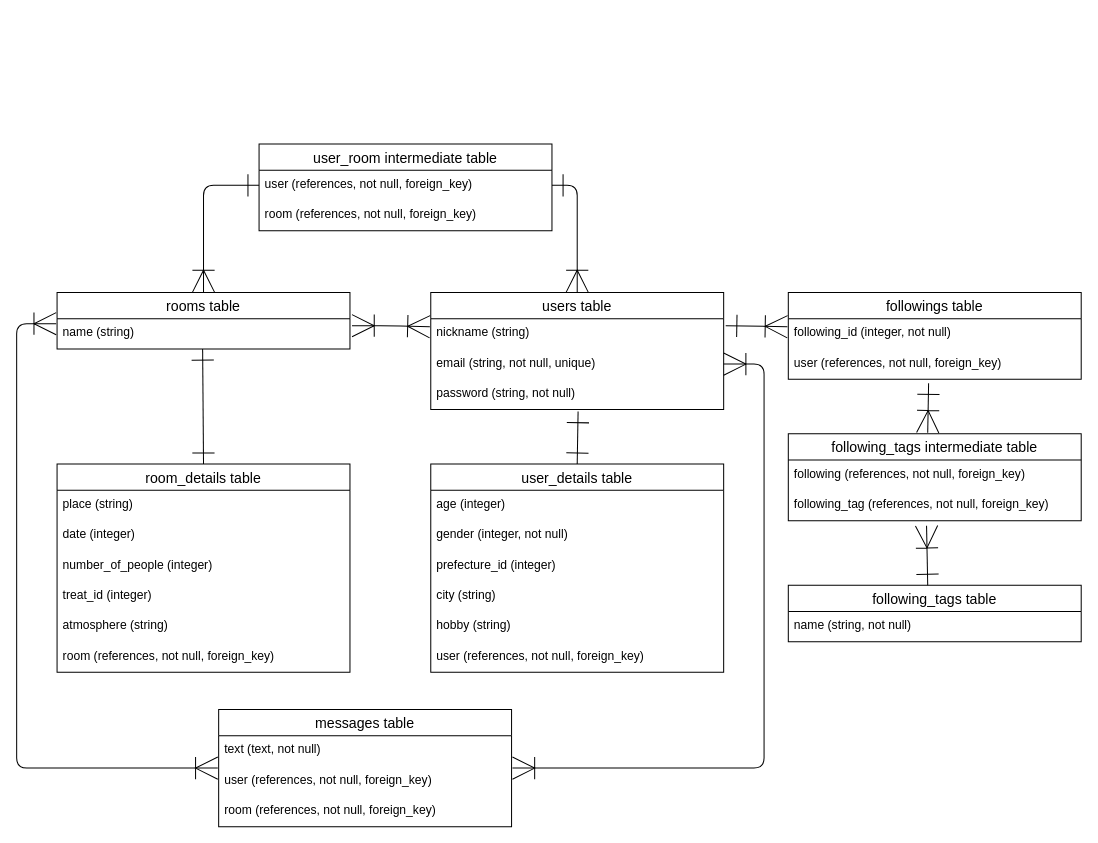
The draw.io diagram trick_or_treat.dio in nigau-ri/trick_or_treat, before the edit. Source tidied: cells renumbered, new cells numbered last; positions are measured from the earlier drawing's top-left corner, leaving out a move shared by most shapes. Both pictures are drawn from the tidied source at 101%, with x=0, y=0 at pixel (16, 143).
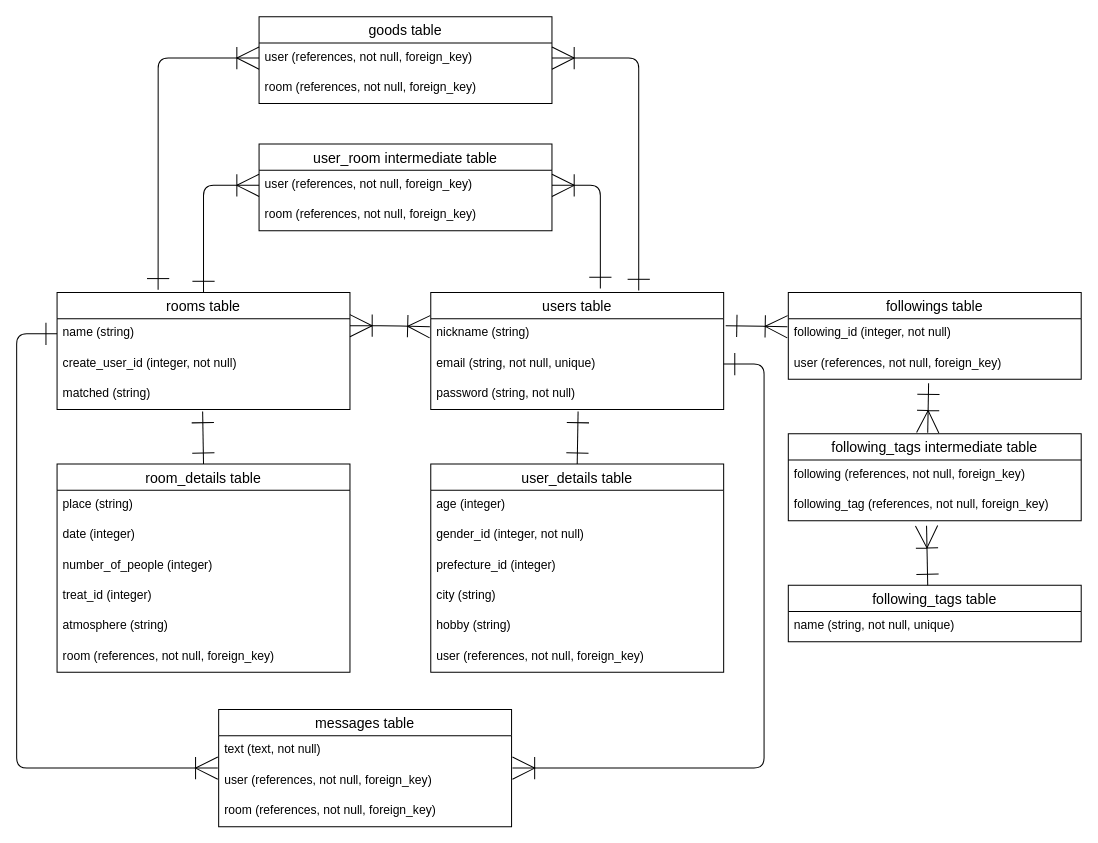
After the change.

The change refers to these unchanged cells:
```xml
<mxCell id="2" value="users table" style="swimlane;fontStyle=0;horizontal=1;startSize=26;align=center;fontSize=14;" parent="1" vertex="1">
  <mxGeometry x="410" y="147" width="290" height="116" as="geometry" />
</mxCell>
<mxCell id="3" value="nickname (string)" style="text;strokeColor=none;fillColor=none;spacingLeft=4;spacingRight=4;overflow=hidden;points=[[0,0.5],[1,0.5]];portConstraint=eastwest;fontSize=12;" parent="2" vertex="1">
  <mxGeometry y="26" width="290" height="30" as="geometry" />
</mxCell>
<mxCell id="4" value="email (string, not null, unique)" style="text;strokeColor=none;fillColor=none;spacingLeft=4;spacingRight=4;overflow=hidden;points=[[0,0.5],[1,0.5]];portConstraint=eastwest;fontSize=12;" parent="2" vertex="1">
  <mxGeometry y="56" width="290" height="30" as="geometry" />
</mxCell>
<mxCell id="6" value="user_details table" style="swimlane;fontStyle=0;horizontal=1;startSize=26;align=center;fontSize=14;" parent="1" vertex="1">
  <mxGeometry x="410" y="317" width="290" height="206" as="geometry" />
</mxCell>
<mxCell id="16" value="following_tags table" style="swimlane;fontStyle=0;horizontal=1;startSize=26;align=center;fontSize=14;" parent="1" vertex="1">
  <mxGeometry x="764" y="437" width="290" height="56" as="geometry" />
</mxCell>
<mxCell id="23" value="room_details table" style="swimlane;fontStyle=0;horizontal=1;startSize=26;align=center;fontSize=14;" parent="1" vertex="1">
  <mxGeometry x="40" y="317" width="290" height="206" as="geometry" />
</mxCell>
<mxCell id="31" value="user (references, not null, foreign_key)" style="text;strokeColor=none;fillColor=none;spacingLeft=4;spacingRight=4;overflow=hidden;points=[[0,0.5],[1,0.5]];portConstraint=eastwest;fontSize=12;" parent="30" vertex="1">
  <mxGeometry y="26" width="290" height="30" as="geometry" />
</mxCell>
<mxCell id="35" value="user (references, not null, foreign_key)" style="text;strokeColor=none;fillColor=none;spacingLeft=4;spacingRight=4;overflow=hidden;points=[[0,0.5],[1,0.5]];portConstraint=eastwest;fontSize=12;" parent="33" vertex="1">
  <mxGeometry y="56" width="290" height="30" as="geometry" />
</mxCell>
```

Change to the diagram source:
```diff
@@
-    <mxCell id="8" value="gender (integer, not null)" style="text;strokeColor=none;fillColor=none;spacingLeft=4;spacingRight=4;overflow=hidden;fontSize=12;" parent="6" vertex="1">
+    <mxCell id="8" value="gender_id (integer, not null)" style="text;strokeColor=none;fillColor=none;spacingLeft=4;spacingRight=4;overflow=hidden;fontSize=12;" parent="6" vertex="1">
       <mxGeometry y="56" width="290" height="30" as="geometry" />
     </mxCell>
@@
-    <mxCell id="17" value="name (string, not null)" style="text;strokeColor=none;fillColor=none;spacingLeft=4;spacingRight=4;overflow=hidden;fontSize=12;" parent="16" vertex="1">
+    <mxCell id="17" value="name (string, not null, unique)" style="text;strokeColor=none;fillColor=none;spacingLeft=4;spacingRight=4;overflow=hidden;fontSize=12;" parent="16" vertex="1">
       <mxGeometry y="26" width="290" height="30" as="geometry" />
     </mxCell>
@@
     <mxCell id="21" value="rooms table" style="swimlane;fontStyle=0;horizontal=1;startSize=26;align=center;fontSize=14;" parent="1" vertex="1">
-      <mxGeometry x="40" y="147" width="290" height="56" as="geometry" />
+      <mxGeometry x="40" y="147" width="290" height="116" as="geometry" />
     </mxCell>
+    <mxCell id="47" value="name (string)" style="text;strokeColor=none;fillColor=none;spacingLeft=4;spacingRight=4;overflow=hidden;points=[[0,0.5],[1,0.5]];portConstraint=eastwest;fontSize=12;" parent="21" vertex="1">
+      <mxGeometry y="26" width="290" height="30" as="geometry" />
+    </mxCell>
-    <mxCell id="22" value="name (string)" style="text;strokeColor=none;fillColor=none;spacingLeft=4;spacingRight=4;overflow=hidden;points=[[0,0.5],[1,0.5]];portConstraint=eastwest;fontSize=12;" parent="21" vertex="1">
-      <mxGeometry y="26" width="290" height="30" as="geometry" />
+    <mxCell id="22" value="create_user_id (integer, not null)" style="text;strokeColor=none;fillColor=none;spacingLeft=4;spacingRight=4;overflow=hidden;points=[[0,0.5],[1,0.5]];portConstraint=eastwest;fontSize=12;" parent="21" vertex="1">
+      <mxGeometry y="56" width="290" height="30" as="geometry" />
     </mxCell>
+    <mxCell id="48" value="matched (string)" style="text;strokeColor=none;fillColor=none;spacingLeft=4;spacingRight=4;overflow=hidden;points=[[0,0.5],[1,0.5]];portConstraint=eastwest;fontSize=12;" parent="21" vertex="1">
+      <mxGeometry y="86" width="290" height="30" as="geometry" />
+    </mxCell>
@@
-    <mxCell id="37" style="edgeStyle=none;html=1;startArrow=ERoneToMany;startFill=0;endArrow=ERoneToMany;endFill=0;endSize=20;startSize=20;entryX=1.007;entryY=0.233;entryDx=0;entryDy=0;entryPerimeter=0;exitX=-0.003;exitY=0.267;exitDx=0;exitDy=0;exitPerimeter=0;" parent="1" edge="1" source="3" target="22">
+    <mxCell id="37" style="edgeStyle=none;html=1;startArrow=ERoneToMany;startFill=0;endArrow=ERoneToMany;endFill=0;endSize=20;startSize=20;entryX=1;entryY=0.233;entryDx=0;entryDy=0;entryPerimeter=0;exitX=-0.003;exitY=0.267;exitDx=0;exitDy=0;exitPerimeter=0;" parent="1" edge="1" source="3" target="47">
       <mxGeometry relative="1" as="geometry">
         <Array as="points">
           <mxPoint x="370" y="180" />
         </Array>
       </mxGeometry>
     </mxCell>
@@
-    <mxCell id="39" style="edgeStyle=none;html=1;exitX=0.5;exitY=0;exitDx=0;exitDy=0;entryX=0.497;entryY=1;entryDx=0;entryDy=0;startArrow=ERone;startFill=0;endArrow=ERone;endFill=0;endSize=20;startSize=20;entryPerimeter=0;" parent="1" edge="1" source="23" target="22">
+    <mxCell id="39" style="edgeStyle=none;html=1;exitX=0.5;exitY=0;exitDx=0;exitDy=0;startArrow=ERone;startFill=0;endArrow=ERone;endFill=0;endSize=20;startSize=20;entryX=0.497;entryY=1.067;entryDx=0;entryDy=0;entryPerimeter=0;" parent="1" edge="1" source="23" target="48">
       <mxGeometry relative="1" as="geometry" />
     </mxCell>
-    <mxCell id="40" style="edgeStyle=orthogonalEdgeStyle;html=1;exitX=-0.003;exitY=0.067;exitDx=0;exitDy=0;entryX=-0.003;entryY=0.167;entryDx=0;entryDy=0;startArrow=ERoneToMany;startFill=0;endArrow=ERoneToMany;endFill=0;endSize=20;startSize=20;exitPerimeter=0;entryPerimeter=0;" parent="1" edge="1" source="35" target="22">
+    <mxCell id="40" style="edgeStyle=orthogonalEdgeStyle;html=1;exitX=-0.003;exitY=0.067;exitDx=0;exitDy=0;startArrow=ERoneToMany;startFill=0;endArrow=ERone;endFill=0;endSize=20;startSize=20;exitPerimeter=0;entryX=0;entryY=0.5;entryDx=0;entryDy=0;" parent="1" edge="1" source="35" target="47">
       <mxGeometry relative="1" as="geometry">
         <Array as="points">
           <mxPoint y="618" />
-          <mxPoint y="178" />
+          <mxPoint y="188" />
         </Array>
       </mxGeometry>
     </mxCell>
-    <mxCell id="41" style="edgeStyle=orthogonalEdgeStyle;html=1;exitX=1;exitY=0.5;exitDx=0;exitDy=0;entryX=1.003;entryY=0.067;entryDx=0;entryDy=0;startArrow=ERoneToMany;startFill=0;endArrow=ERoneToMany;endFill=0;endSize=20;startSize=20;entryPerimeter=0;" parent="1" edge="1" source="4" target="35">
+    <mxCell id="41" style="edgeStyle=orthogonalEdgeStyle;html=1;exitX=1;exitY=0.5;exitDx=0;exitDy=0;entryX=1.003;entryY=0.067;entryDx=0;entryDy=0;startArrow=ERone;startFill=0;endArrow=ERoneToMany;endFill=0;endSize=20;startSize=20;entryPerimeter=0;" parent="1" edge="1" source="4" target="35">
       <mxGeometry relative="1" as="geometry">
         <Array as="points">
           <mxPoint x="740" y="218" />
           <mxPoint x="740" y="618" />
         </Array>
       </mxGeometry>
     </mxCell>
-    <mxCell id="42" style="edgeStyle=orthogonalEdgeStyle;html=1;exitX=0;exitY=0.5;exitDx=0;exitDy=0;entryX=0.5;entryY=0;entryDx=0;entryDy=0;startArrow=ERone;startFill=0;endArrow=ERoneToMany;endFill=0;endSize=20;startSize=20;" parent="1" edge="1" source="31" target="21">
+    <mxCell id="42" style="edgeStyle=orthogonalEdgeStyle;html=1;exitX=0;exitY=0.5;exitDx=0;exitDy=0;entryX=0.5;entryY=0;entryDx=0;entryDy=0;startArrow=ERoneToMany;startFill=0;endArrow=ERone;endFill=0;endSize=20;startSize=20;" parent="1" edge="1" source="31" target="21">
       <mxGeometry relative="1" as="geometry" />
     </mxCell>
-    <mxCell id="43" style="edgeStyle=orthogonalEdgeStyle;html=1;exitX=1;exitY=0.5;exitDx=0;exitDy=0;entryX=0.5;entryY=0;entryDx=0;entryDy=0;startArrow=ERone;startFill=0;endArrow=ERoneToMany;endFill=0;endSize=20;startSize=20;" parent="1" edge="1" source="31" target="2">
+    <mxCell id="43" style="edgeStyle=orthogonalEdgeStyle;html=1;exitX=1;exitY=0.5;exitDx=0;exitDy=0;entryX=0.579;entryY=-0.034;entryDx=0;entryDy=0;startArrow=ERoneToMany;startFill=0;endArrow=ERone;endFill=0;endSize=20;startSize=20;entryPerimeter=0;" parent="1" edge="1" source="31" target="2">
       <mxGeometry relative="1" as="geometry" />
     </mxCell>
@@
+    <mxCell id="49" value="goods table" style="swimlane;fontStyle=0;horizontal=1;startSize=26;align=center;fontSize=14;" parent="1" vertex="1">
+      <mxGeometry x="240" y="-126" width="290" height="86" as="geometry" />
+    </mxCell>
+    <mxCell id="50" value="user (references, not null, foreign_key)" style="text;strokeColor=none;fillColor=none;spacingLeft=4;spacingRight=4;overflow=hidden;points=[[0,0.5],[1,0.5]];portConstraint=eastwest;fontSize=12;" parent="49" vertex="1">
+      <mxGeometry y="26" width="290" height="30" as="geometry" />
+    </mxCell>
+    <mxCell id="51" value="room (references, not null, foreign_key)" style="text;strokeColor=none;fillColor=none;spacingLeft=4;spacingRight=4;overflow=hidden;fontSize=12;" parent="49" vertex="1">
+      <mxGeometry y="56" width="290" height="30" as="geometry" />
+    </mxCell>
+    <mxCell id="52" style="edgeStyle=orthogonalEdgeStyle;html=1;exitX=0.345;exitY=-0.023;exitDx=0;exitDy=0;entryX=0;entryY=0.5;entryDx=0;entryDy=0;startArrow=ERone;startFill=0;endArrow=ERoneToMany;endFill=0;endSize=20;startSize=20;exitPerimeter=0;" parent="1" edge="1" source="21" target="50">
+      <mxGeometry relative="1" as="geometry" />
+    </mxCell>
+    <mxCell id="53" style="edgeStyle=orthogonalEdgeStyle;html=1;exitX=0.71;exitY=-0.017;exitDx=0;exitDy=0;entryX=1;entryY=0.5;entryDx=0;entryDy=0;startArrow=ERone;startFill=0;endArrow=ERoneToMany;endFill=0;endSize=20;startSize=20;exitPerimeter=0;" parent="1" edge="1" source="2" target="50">
+      <mxGeometry relative="1" as="geometry" />
+    </mxCell>
```
